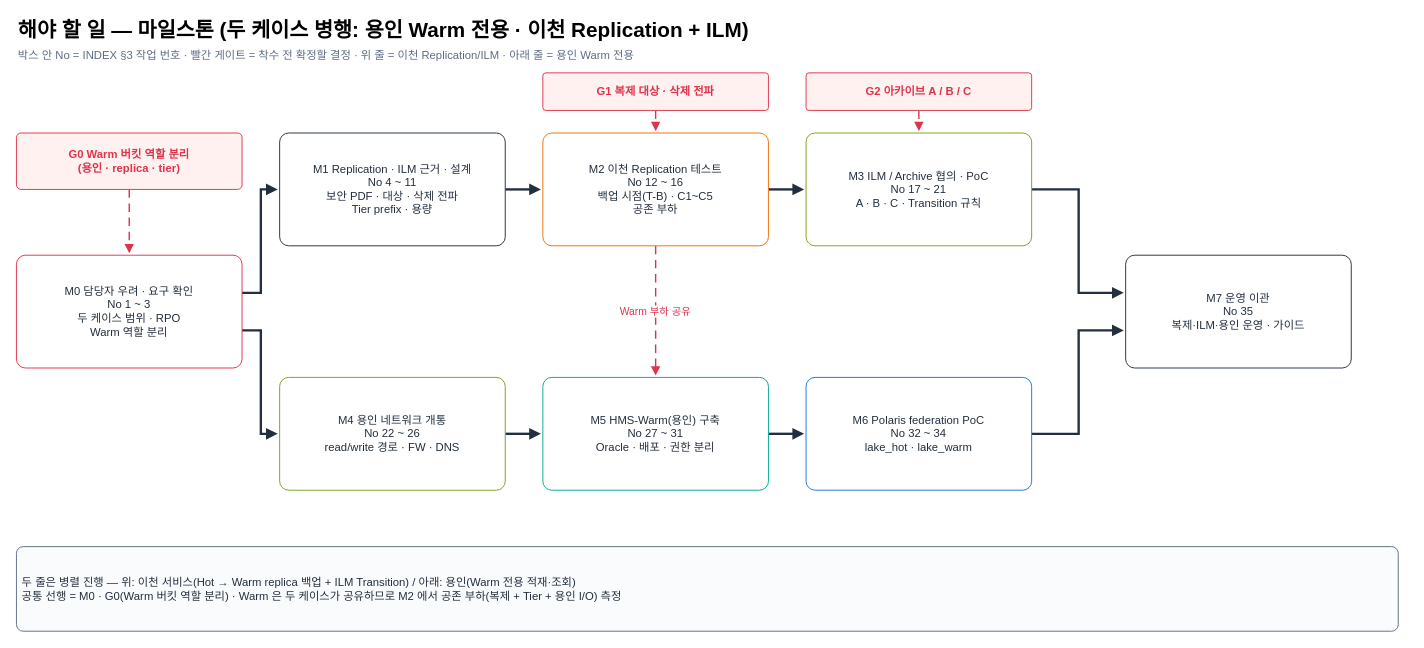
The draw.io diagram docs/aistor-replication-review/diagrams/11-todo-milestones.drawio in kronenz/fluent-bit, before the edit. Source tidied: cells renumbered, new cells numbered last; positions are measured from the earlier drawing's top-left corner, leaving out a move shared by most shapes. Both pictures are drawn from the tidied source at 94%, with x=0, y=0 at pixel (16, 16).
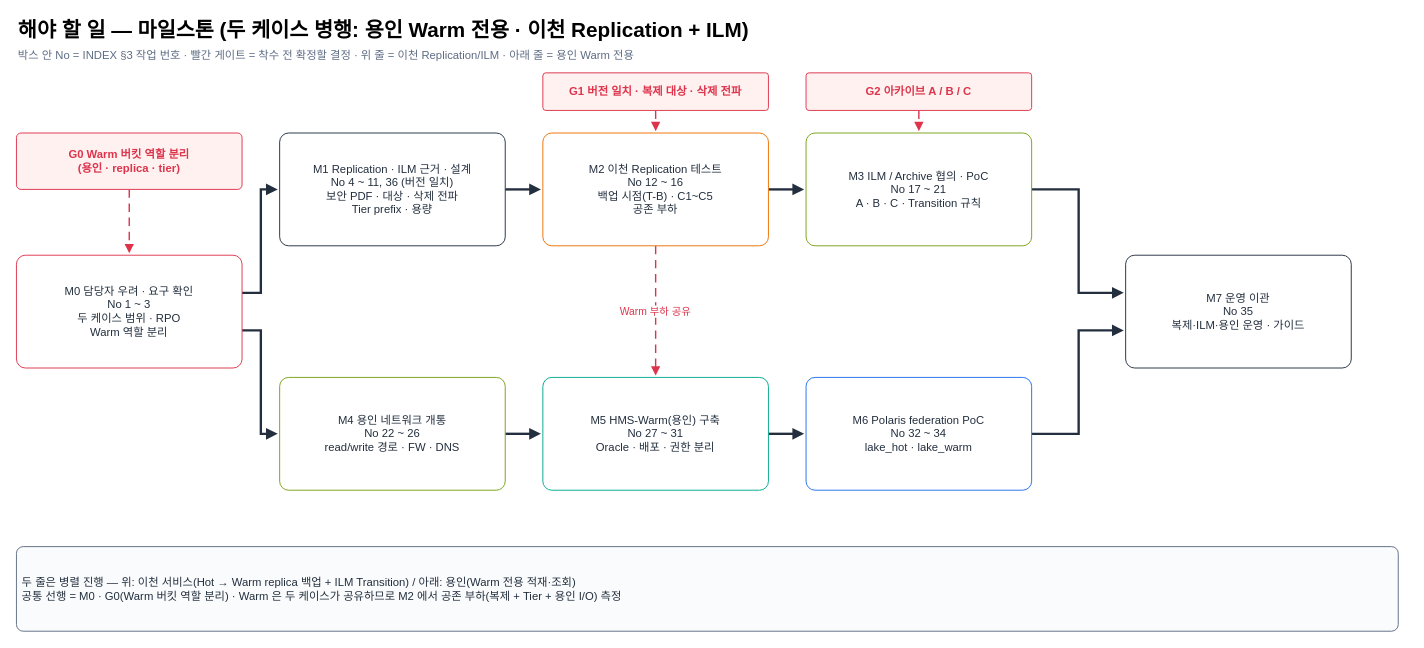
After the change.

The edit, as a diff of the source:
```diff
@@
-    <mxCell id="15" value="M1 Replication · ILM 근거 · 설계&lt;br&gt;No 4 ~ 11&lt;br&gt;보안 PDF · 대상 · 삭제 전파&lt;br&gt;Tier prefix · 용량" style="rounded=1;arcSize=8;whiteSpace=wrap;html=1;fillColor=#FFFFFF;strokeColor=#232F3E;fontSize=12;fontColor=#232F3E;fontStyle=0;align=center;spacing=6;" parent="1" vertex="1">
+    <mxCell id="15" value="M1 Replication · ILM 근거 · 설계&lt;br&gt;No 4 ~ 11, 36 (버전 일치)&lt;br&gt;보안 PDF · 대상 · 삭제 전파&lt;br&gt;Tier prefix · 용량" style="rounded=1;arcSize=8;whiteSpace=wrap;html=1;fillColor=#FFFFFF;strokeColor=#232F3E;fontSize=12;fontColor=#232F3E;fontStyle=0;align=center;spacing=6;" parent="1" vertex="1">
       <mxGeometry x="280" y="124" width="240" height="120" as="geometry" />
     </mxCell>
@@
-    <mxCell id="23" value="G1 복제 대상 · 삭제 전파" style="rounded=1;arcSize=8;whiteSpace=wrap;html=1;fillColor=#FFF1F0;strokeColor=#DD344C;fontSize=12;fontColor=#DD344C;fontStyle=1;align=center;spacing=6;" parent="1" vertex="1">
+    <mxCell id="23" value="G1 버전 일치 · 복제 대상 · 삭제 전파" style="rounded=1;arcSize=8;whiteSpace=wrap;html=1;fillColor=#FFF1F0;strokeColor=#DD344C;fontSize=12;fontColor=#DD344C;fontStyle=1;align=center;spacing=6;" parent="1" vertex="1">
       <mxGeometry x="560" y="60" width="240" height="40" as="geometry" />
     </mxCell>
```
